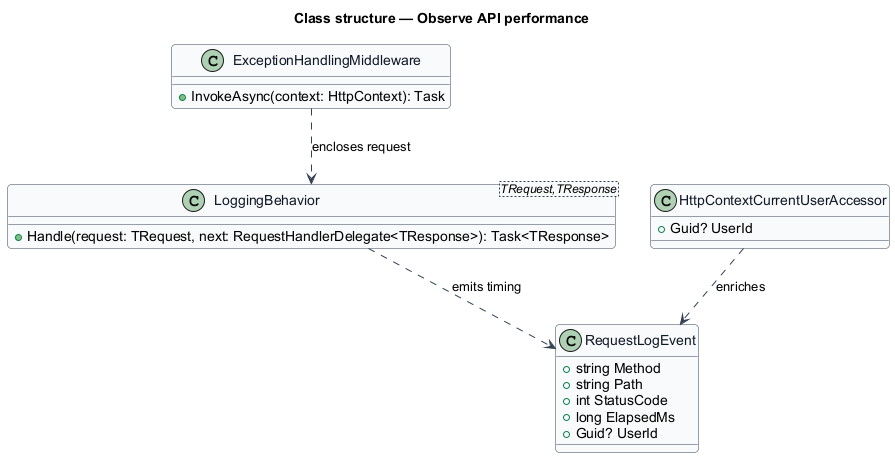
Earlier version of the PlantUML export docs/detailed-designs/operations/observe-api-performance/diagrams/class-structure.png (QuinntyneBrown/saturdaze).
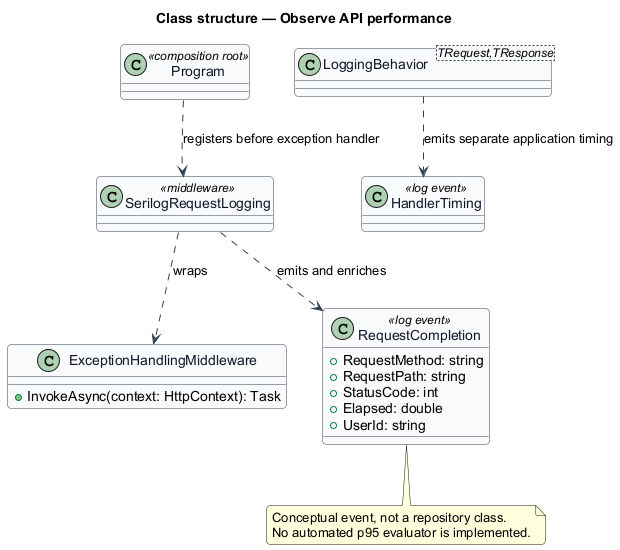
Later version of the same file.

The edit, as a diff of the source:
```diff
@@ -14,20 +14,23 @@
 class ExceptionHandlingMiddleware {
   +InvokeAsync(context: HttpContext): Task
 }
-class LoggingBehavior<TRequest,TResponse> {
-  +Handle(request: TRequest, next: RequestHandlerDelegate<TResponse>): Task<TResponse>
+class LoggingBehavior<TRequest,TResponse>
+class SerilogRequestLogging <<middleware>>
+class Program <<composition root>>
+class RequestCompletion <<log event>> {
+  +RequestMethod: string
+  +RequestPath: string
+  +StatusCode: int
+  +Elapsed: double
+  +UserId: string
 }
-class HttpContextCurrentUserAccessor {
-  +Guid? UserId
-}
-class RequestLogEvent {
-  +string Method
-  +string Path
-  +int StatusCode
-  +long ElapsedMs
-  +Guid? UserId
-}
-ExceptionHandlingMiddleware ..> LoggingBehavior : encloses request
-LoggingBehavior ..> RequestLogEvent : emits timing
-HttpContextCurrentUserAccessor ..> RequestLogEvent : enriches
+Program ..> SerilogRequestLogging : registers before exception handler
+SerilogRequestLogging ..> ExceptionHandlingMiddleware : wraps
+SerilogRequestLogging ..> RequestCompletion : emits and enriches
+class HandlerTiming <<log event>>
+LoggingBehavior ..> HandlerTiming : emits separate application timing
+note bottom of RequestCompletion
+Conceptual event, not a repository class.
+No automated p95 evaluator is implemented.
+end note
 @enduml
```
